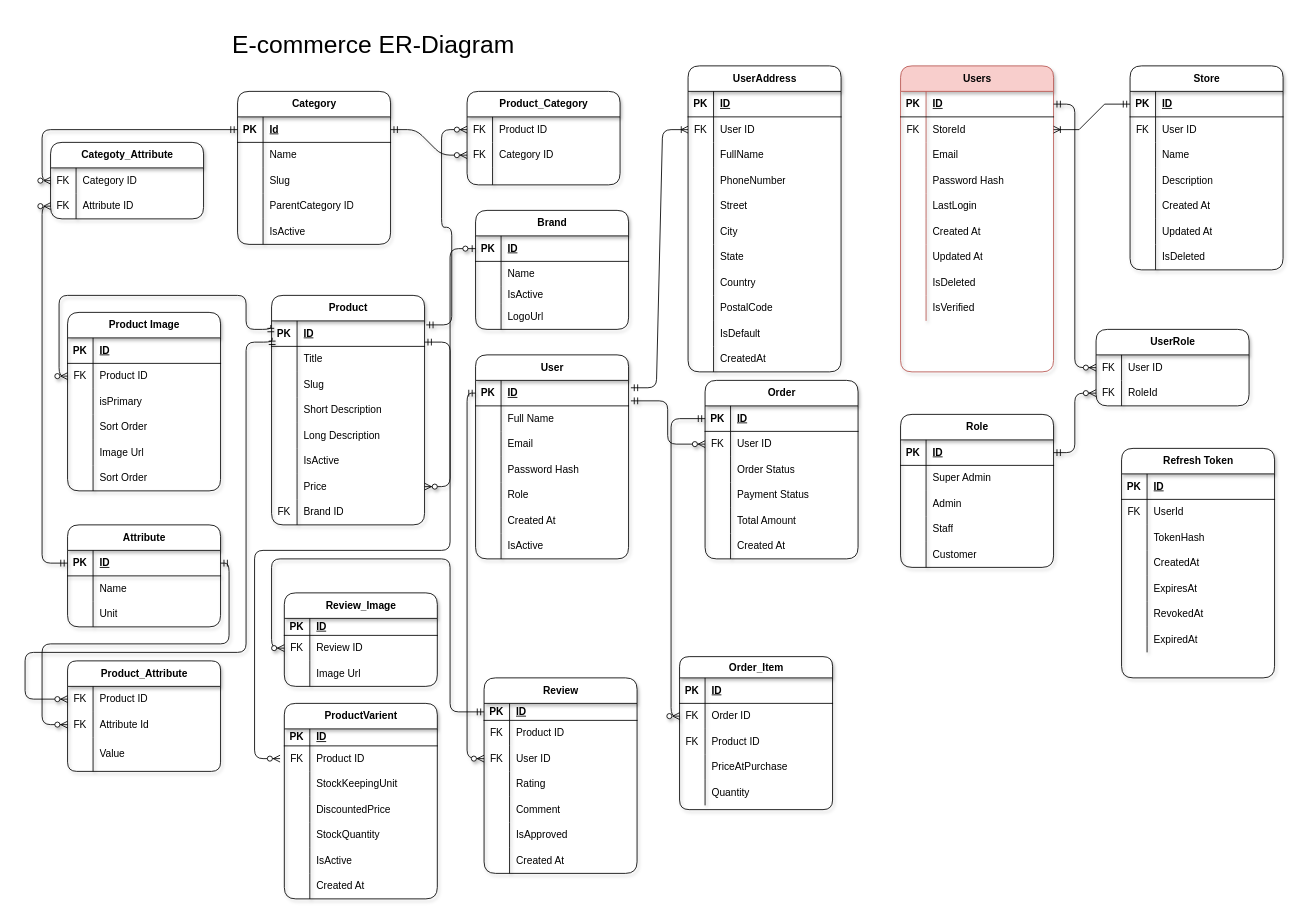
Before: Docs/MachinaryErDiagram.drawio in kaushal-cmyk/E-Commerce-Application, a draw.io diagram. Source tidied: cells renumbered, new cells numbered last; positions are measured from the earlier drawing's top-left corner, leaving out a move shared by most shapes. Both pictures are drawn from the tidied source at 85%, with x=0, y=0 at pixel (25, 14).
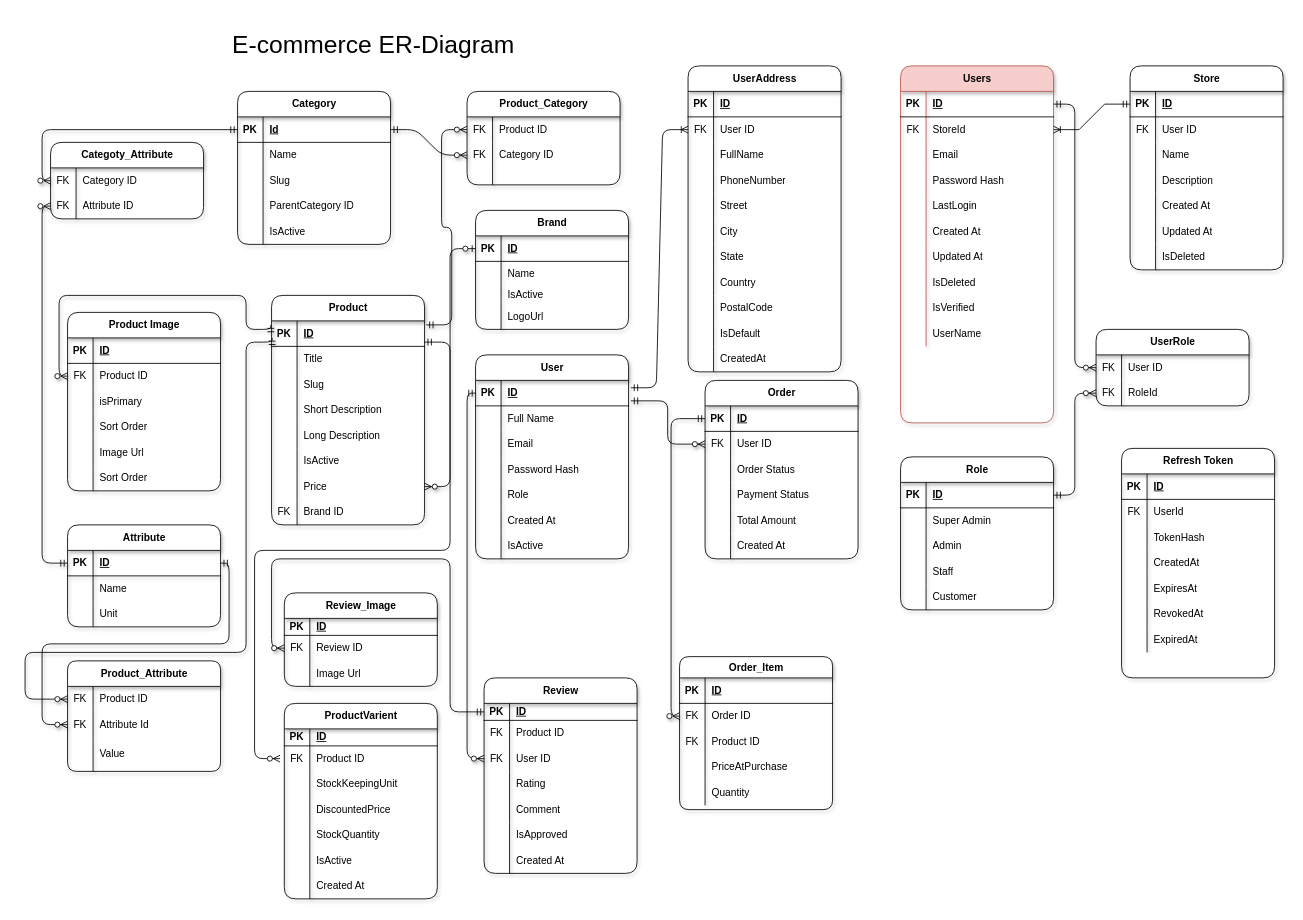
Above is the later version.

Change to the diagram source:
```diff
@@
     <mxCell id="272" value="Users" style="shape=table;startSize=30;childLayout=tableLayout;rowLines=0;fontStyle=1;align=center;html=1;rounded=1;shadow=1;labelBackgroundColor=none;fillColor=#f8cecc;strokeColor=#b85450;" parent="1" vertex="1">
-      <mxGeometry x="1030" y="60" width="180" height="360" as="geometry" />
+      <mxGeometry x="1030" y="60" width="180" height="420" as="geometry" />
     </mxCell>
@@
+    <mxCell id="370" style="shape=tableRow;horizontal=0;startSize=0;swimlaneHead=0;swimlaneBody=0;fillColor=none;top=0;left=0;right=0;bottom=0;labelBackgroundColor=none;rounded=1;" parent="272" vertex="1">
+      <mxGeometry y="300" width="180" height="30" as="geometry" />
+    </mxCell>
+    <mxCell id="371" style="shape=partialRectangle;fillColor=none;top=0;left=0;bottom=0;right=0;overflow=hidden;whiteSpace=wrap;html=1;labelBackgroundColor=none;rounded=1;" parent="370" vertex="1">
+      <mxGeometry width="30" height="30" as="geometry" />
+    </mxCell>
+    <mxCell id="372" value="UserName" style="shape=partialRectangle;fillColor=none;top=0;left=0;bottom=0;right=0;align=left;spacingLeft=6;overflow=hidden;whiteSpace=wrap;html=1;labelBackgroundColor=none;rounded=1;" parent="370" vertex="1">
+      <mxGeometry x="30" width="150" height="30" as="geometry" />
+    </mxCell>
@@
     <mxCell id="323" value="Role" style="shape=table;startSize=30;childLayout=tableLayout;rowLines=0;fontStyle=1;align=center;html=1;rounded=1;shadow=1;labelBackgroundColor=none;" parent="1" vertex="1">
-      <mxGeometry x="1030" y="470" width="180" height="180" as="geometry" />
+      <mxGeometry x="1030" y="520" width="180" height="180" as="geometry" />
     </mxCell>
```
